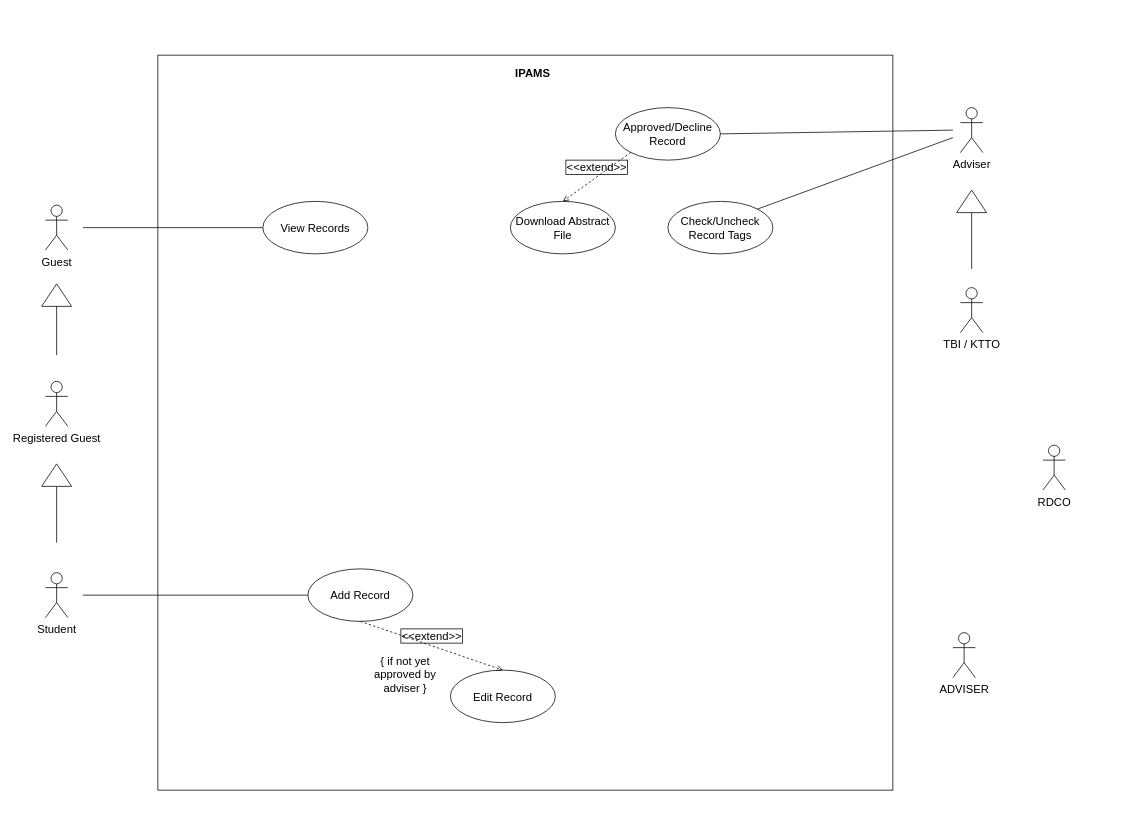
Above: Untitled Diagram.drawio in leam123/Diagrams (draw.io), before the change. Source tidied: cells renumbered, new cells numbered last; positions are measured from the earlier drawing's top-left corner, leaving out a move shared by most shapes. Both pictures are drawn from the tidied source at 75%, with x=0, y=0 at pixel (45, 55).
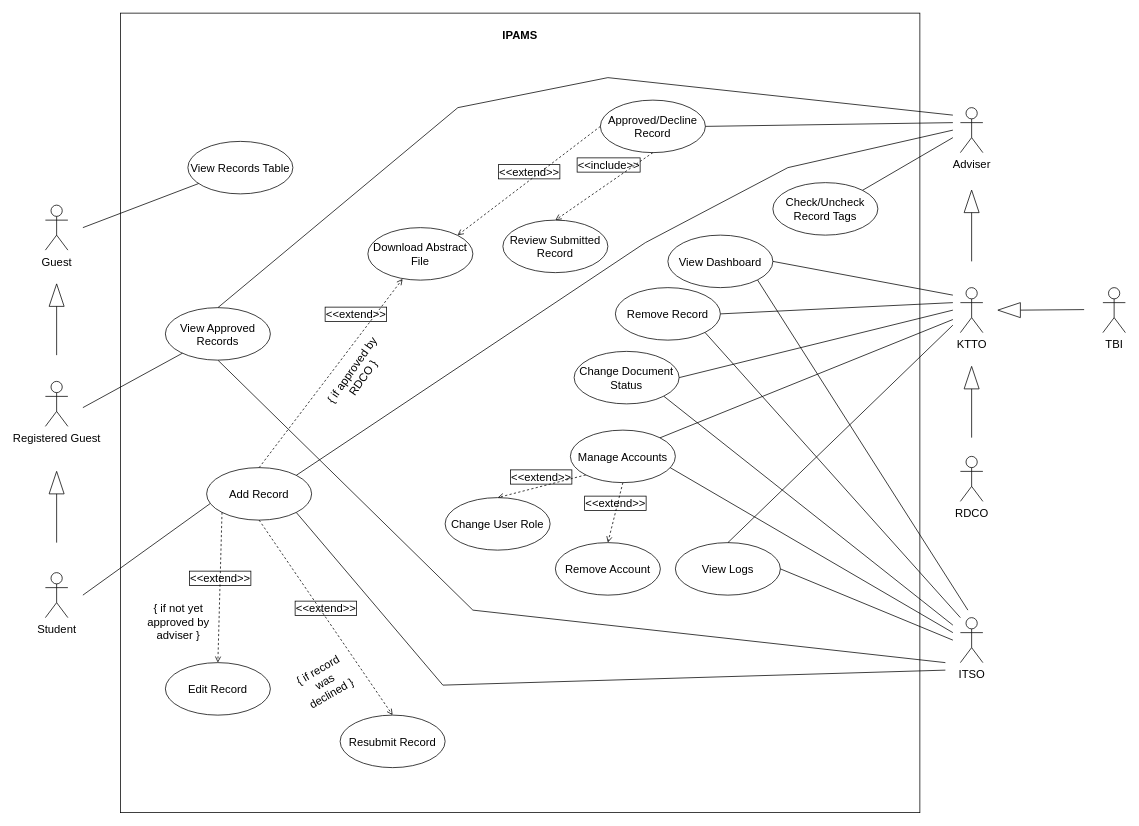
The same page after the edit.

Change to the diagram source:
```diff
@@
     <mxCell id="2" style="whiteSpace=wrap;html=1;" parent="1" vertex="1">
-      <mxGeometry x="150" width="980" height="980" as="geometry" />
+      <mxGeometry x="100" y="-56" width="1066" height="1066" as="geometry" />
     </mxCell>
@@
     <mxCell id="4" value="IPAMS" style="text;align=center;fontStyle=1;verticalAlign=middle;spacingLeft=3;spacingRight=3;strokeColor=none;fontSize=15;" parent="1" vertex="1">
-      <mxGeometry x="610" y="10" width="80" height="26" as="geometry" />
+      <mxGeometry x="593" y="-40" width="80" height="26" as="geometry" />
     </mxCell>
@@
-    <mxCell id="7" value="TBI / KTTO" style="shape=umlActor;verticalLabelPosition=bottom;verticalAlign=top;html=1;fontSize=15;" parent="1" vertex="1">
+    <mxCell id="7" value="KTTO" style="shape=umlActor;verticalLabelPosition=bottom;verticalAlign=top;html=1;fontSize=15;" parent="1" vertex="1">
       <mxGeometry x="1220" y="310" width="30" height="60" as="geometry" />
     </mxCell>
     <mxCell id="8" value="RDCO" style="shape=umlActor;verticalLabelPosition=bottom;verticalAlign=top;html=1;fontSize=15;" parent="1" vertex="1">
-      <mxGeometry x="1330" y="520" width="30" height="60" as="geometry" />
+      <mxGeometry x="1220" y="535" width="30" height="60" as="geometry" />
     </mxCell>
-    <mxCell id="9" value="ADVISER" style="shape=umlActor;verticalLabelPosition=bottom;verticalAlign=top;html=1;fontSize=15;" parent="1" vertex="1">
-      <mxGeometry x="1210" y="770" width="30" height="60" as="geometry" />
-    </mxCell>
@@
-    <mxCell id="11" style="endArrow=none;html=1;rounded=0;" parent="1" edge="1">
-      <mxGeometry relative="1" as="geometry">
-        <mxPoint x="50" y="230" as="sourcePoint" />
-        <mxPoint x="290" y="230" as="targetPoint" />
-      </mxGeometry>
-    </mxCell>
-    <mxCell id="12" value="&lt;font style=&quot;font-size: 15px&quot;&gt;View Records&lt;/font&gt;" style="ellipse;whiteSpace=wrap;html=1;" parent="1" vertex="1">
-      <mxGeometry x="290" y="195" width="140" height="70" as="geometry" />
-    </mxCell>
-    <mxCell id="13" style="endArrow=none;html=1;rounded=0;entryX=0;entryY=0.5;entryDx=0;entryDy=0;" parent="1" edge="1" target="14">
+    <mxCell id="13" style="endArrow=none;html=1;rounded=0;entryX=0.033;entryY=0.686;entryDx=0;entryDy=0;entryPerimeter=0;" parent="1" edge="1" target="14">
       <mxGeometry relative="1" as="geometry">
         <mxPoint x="50" y="720" as="sourcePoint" />
       </mxGeometry>
     </mxCell>
     <mxCell id="14" value="&lt;font style=&quot;font-size: 15px&quot;&gt;Add Record&lt;/font&gt;" style="ellipse;whiteSpace=wrap;html=1;" parent="1" vertex="1">
-      <mxGeometry x="350" y="685" width="140" height="70" as="geometry" />
+      <mxGeometry x="215" y="550" width="140" height="70" as="geometry" />
     </mxCell>
-    <mxCell id="15" style="endArrow=none;html=1;rounded=0;labelBorderColor=default;fontSize=15;entryX=0;entryY=0.5;entryDx=0;entryDy=0;" parent="1" edge="1" target="16">
-      <mxGeometry relative="1" as="geometry">
-        <mxPoint x="15" y="650" as="sourcePoint" />
-      </mxGeometry>
-    </mxCell>
-    <mxCell id="16" style="triangle;whiteSpace=wrap;html=1;fontSize=15;rotation=-90;" parent="1" vertex="1">
-      <mxGeometry y="540" width="30" height="40" as="geometry" />
-    </mxCell>
     <mxCell id="17" style="triangle;whiteSpace=wrap;html=1;fontSize=15;rotation=-90;" parent="1" vertex="1">
-      <mxGeometry y="300" width="30" height="40" as="geometry" />
+      <mxGeometry y="310" width="30" height="20" as="geometry" />
     </mxCell>
@@
-    <mxCell id="19" style="endArrow=none;html=1;rounded=0;labelBorderColor=default;fontSize=15;entryX=0;entryY=0.5;entryDx=0;entryDy=0;" parent="1" edge="1" target="20">
-      <mxGeometry relative="1" as="geometry">
-        <mxPoint x="1235" y="285" as="sourcePoint" />
-      </mxGeometry>
-    </mxCell>
-    <mxCell id="20" style="triangle;whiteSpace=wrap;html=1;fontSize=15;rotation=-90;" parent="1" vertex="1">
-      <mxGeometry x="1220" y="175" width="30" height="40" as="geometry" />
-    </mxCell>
     <mxCell id="21" value="&lt;font style=&quot;font-size: 15px&quot;&gt;Approved/Decline Record&lt;/font&gt;" style="ellipse;whiteSpace=wrap;html=1;" parent="1" vertex="1">
-      <mxGeometry x="760" y="70" width="140" height="70" as="geometry" />
+      <mxGeometry x="740" y="60" width="140" height="70" as="geometry" />
     </mxCell>
     <mxCell id="22" style="endArrow=none;html=1;rounded=0;labelBorderColor=default;fontSize=15;exitX=1;exitY=0.5;exitDx=0;exitDy=0;" parent="1" edge="1" source="21">
       <mxGeometry relative="1" as="geometry">
-        <mxPoint x="1210" y="100" as="targetPoint" />
+        <mxPoint x="1210" y="90" as="targetPoint" />
       </mxGeometry>
     </mxCell>
     <mxCell id="23" value="&lt;font style=&quot;font-size: 15px&quot;&gt;Download Abstract File&lt;/font&gt;" style="ellipse;whiteSpace=wrap;html=1;" parent="1" vertex="1">
-      <mxGeometry x="620" y="195" width="140" height="70" as="geometry" />
+      <mxGeometry x="430" y="230" width="140" height="70" as="geometry" />
     </mxCell>
-    <mxCell id="24" value="&amp;lt;&amp;lt;extend&amp;gt;&amp;gt;" style="html=1;verticalAlign=bottom;labelBackgroundColor=none;endArrow=open;endFill=0;dashed=1;rounded=0;labelBorderColor=default;fontSize=15;exitX=0;exitY=1;exitDx=0;exitDy=0;entryX=0.5;entryY=0;entryDx=0;entryDy=0;" parent="1" edge="1" source="21" target="23">
+    <mxCell id="24" value="&amp;lt;&amp;lt;extend&amp;gt;&amp;gt;" style="html=1;verticalAlign=bottom;labelBackgroundColor=none;endArrow=open;endFill=0;dashed=1;rounded=0;labelBorderColor=default;fontSize=15;exitX=0;exitY=0.5;exitDx=0;exitDy=0;entryX=1;entryY=0;entryDx=0;entryDy=0;" parent="1" edge="1" source="21" target="23">
       <mxGeometry relative="1" as="geometry" />
     </mxCell>
     <mxCell id="25" value="&lt;span style=&quot;font-size: 15px&quot;&gt;Check/Uncheck Record Tags&lt;/span&gt;" style="ellipse;whiteSpace=wrap;html=1;" parent="1" vertex="1">
-      <mxGeometry x="830" y="195" width="140" height="70" as="geometry" />
+      <mxGeometry x="970" y="170" width="140" height="70" as="geometry" />
     </mxCell>
@@
     <mxCell id="27" value="&lt;font style=&quot;font-size: 15px&quot;&gt;Edit Record&lt;/font&gt;" style="ellipse;whiteSpace=wrap;html=1;" parent="1" vertex="1">
-      <mxGeometry x="540" y="820" width="140" height="70" as="geometry" />
+      <mxGeometry x="160" y="810" width="140" height="70" as="geometry" />
     </mxCell>
-    <mxCell id="28" value="&amp;lt;&amp;lt;extend&amp;gt;&amp;gt;" style="html=1;verticalAlign=bottom;labelBackgroundColor=none;endArrow=open;endFill=0;dashed=1;rounded=0;labelBorderColor=default;fontSize=15;exitX=0.5;exitY=1;exitDx=0;exitDy=0;entryX=0.5;entryY=0;entryDx=0;entryDy=0;" parent="1" edge="1" source="14" target="27">
+    <mxCell id="28" value="&amp;lt;&amp;lt;extend&amp;gt;&amp;gt;" style="html=1;verticalAlign=bottom;labelBackgroundColor=none;endArrow=open;endFill=0;dashed=1;rounded=0;labelBorderColor=default;fontSize=15;exitX=0;exitY=1;exitDx=0;exitDy=0;entryX=0.5;entryY=0;entryDx=0;entryDy=0;" parent="1" edge="1" source="14" target="27">
       <mxGeometry relative="1" as="geometry" />
     </mxCell>
     <mxCell id="29" value="{ if not yet approved by adviser }" style="text;html=1;strokeColor=none;fillColor=none;align=center;verticalAlign=middle;whiteSpace=wrap;rounded=0;fontSize=15;" parent="1" vertex="1">
-      <mxGeometry x="420" y="780" width="120" height="90" as="geometry" />
+      <mxGeometry x="120" y="710" width="115" height="90" as="geometry" />
     </mxCell>
+    <mxCell id="30" value="&amp;lt;&amp;lt;extend&amp;gt;&amp;gt;" style="html=1;verticalAlign=bottom;labelBackgroundColor=none;endArrow=open;endFill=0;dashed=1;rounded=0;labelBorderColor=default;fontSize=15;exitX=0.5;exitY=0;exitDx=0;exitDy=0;entryX=0.331;entryY=0.976;entryDx=0;entryDy=0;entryPerimeter=0;" parent="1" edge="1" source="14" target="23">
+      <mxGeometry x="0.46" y="13" relative="1" as="geometry" />
+    </mxCell>
+    <mxCell id="31" value="{ if approved by RDCO }" style="text;html=1;strokeColor=none;fillColor=none;align=center;verticalAlign=middle;whiteSpace=wrap;rounded=0;fontSize=15;rotation=-55;" parent="1" vertex="1">
+      <mxGeometry x="340" y="380" width="151.8" height="90" as="geometry" />
+    </mxCell>
+    <mxCell id="32" value="&amp;lt;&amp;lt;include&amp;gt;&amp;gt;" style="html=1;verticalAlign=bottom;labelBackgroundColor=none;endArrow=open;endFill=0;dashed=1;rounded=0;labelBorderColor=default;fontSize=15;entryX=0.5;entryY=0;entryDx=0;entryDy=0;exitX=0.5;exitY=1;exitDx=0;exitDy=0;" parent="1" edge="1" source="21" target="33">
+      <mxGeometry x="-0.16" y="-9" relative="1" as="geometry">
+        <mxPoint y="-1" as="offset" />
+      </mxGeometry>
+    </mxCell>
+    <mxCell id="33" value="&lt;font style=&quot;font-size: 15px&quot;&gt;Review Submitted Record&lt;/font&gt;" style="ellipse;whiteSpace=wrap;html=1;" parent="1" vertex="1">
+      <mxGeometry x="610" y="220" width="140" height="70" as="geometry" />
+    </mxCell>
+    <mxCell id="34" value="View Dashboard" style="ellipse;whiteSpace=wrap;html=1;fontSize=15;" parent="1" vertex="1">
+      <mxGeometry x="830" y="240" width="140" height="70" as="geometry" />
+    </mxCell>
+    <mxCell id="35" style="endArrow=none;html=1;rounded=0;labelBorderColor=default;fontSize=15;exitX=1;exitY=0.5;exitDx=0;exitDy=0;" parent="1" edge="1" source="34">
+      <mxGeometry relative="1" as="geometry">
+        <mxPoint x="1210" y="320" as="targetPoint" />
+      </mxGeometry>
+    </mxCell>
+    <mxCell id="36" style="endArrow=none;html=1;rounded=0;labelBorderColor=default;fontSize=15;exitX=1;exitY=0.5;exitDx=0;exitDy=0;" parent="1" edge="1" source="37">
+      <mxGeometry relative="1" as="geometry">
+        <mxPoint x="1210" y="330" as="targetPoint" />
+      </mxGeometry>
+    </mxCell>
+    <mxCell id="37" value="&lt;font style=&quot;font-size: 15px&quot;&gt;Remove Record&lt;/font&gt;" style="ellipse;whiteSpace=wrap;html=1;" parent="1" vertex="1">
+      <mxGeometry x="760" y="310" width="140" height="70" as="geometry" />
+    </mxCell>
+    <mxCell id="38" style="endArrow=none;html=1;rounded=0;labelBorderColor=default;fontSize=15;exitX=1;exitY=0.5;exitDx=0;exitDy=0;" parent="1" edge="1" source="39">
+      <mxGeometry relative="1" as="geometry">
+        <mxPoint x="1210" y="340" as="targetPoint" />
+      </mxGeometry>
+    </mxCell>
+    <mxCell id="39" value="&lt;font style=&quot;font-size: 15px&quot;&gt;Change Document Status&lt;/font&gt;" style="ellipse;whiteSpace=wrap;html=1;" parent="1" vertex="1">
+      <mxGeometry x="705" y="395" width="140" height="70" as="geometry" />
+    </mxCell>
+    <mxCell id="40" value="&lt;span style=&quot;font-size: 15px&quot;&gt;Manage Accounts&lt;/span&gt;" style="ellipse;whiteSpace=wrap;html=1;" parent="1" vertex="1">
+      <mxGeometry x="700" y="500" width="140" height="70" as="geometry" />
+    </mxCell>
+    <mxCell id="41" style="endArrow=none;html=1;rounded=0;labelBorderColor=default;fontSize=15;exitX=1;exitY=0;exitDx=0;exitDy=0;" parent="1" edge="1" source="40">
+      <mxGeometry relative="1" as="geometry">
+        <mxPoint x="1210" y="352.5" as="targetPoint" />
+      </mxGeometry>
+    </mxCell>
+    <mxCell id="42" value="&amp;lt;&amp;lt;extend&amp;gt;&amp;gt;" style="html=1;verticalAlign=bottom;labelBackgroundColor=none;endArrow=open;endFill=0;dashed=1;rounded=0;labelBorderColor=default;fontSize=15;entryX=0.5;entryY=0;entryDx=0;entryDy=0;exitX=0;exitY=1;exitDx=0;exitDy=0;" parent="1" edge="1" source="40" target="43">
+      <mxGeometry relative="1" as="geometry" />
+    </mxCell>
+    <mxCell id="43" value="&lt;font style=&quot;font-size: 15px&quot;&gt;Change User Role&lt;/font&gt;" style="ellipse;whiteSpace=wrap;html=1;" parent="1" vertex="1">
+      <mxGeometry x="533" y="590" width="140" height="70" as="geometry" />
+    </mxCell>
+    <mxCell id="44" value="&amp;lt;&amp;lt;extend&amp;gt;&amp;gt;" style="html=1;verticalAlign=bottom;labelBackgroundColor=none;endArrow=open;endFill=0;dashed=1;rounded=0;labelBorderColor=default;fontSize=15;entryX=0.5;entryY=0;entryDx=0;entryDy=0;exitX=0.5;exitY=1;exitDx=0;exitDy=0;" parent="1" edge="1" source="40" target="45">
+      <mxGeometry relative="1" as="geometry" />
+    </mxCell>
+    <mxCell id="45" value="&lt;font style=&quot;font-size: 15px&quot;&gt;Remove Account&lt;/font&gt;" style="ellipse;whiteSpace=wrap;html=1;" parent="1" vertex="1">
+      <mxGeometry x="680" y="650" width="140" height="70" as="geometry" />
+    </mxCell>
+    <mxCell id="46" value="&lt;span style=&quot;font-size: 15px&quot;&gt;View Logs&lt;/span&gt;" style="ellipse;whiteSpace=wrap;html=1;" parent="1" vertex="1">
+      <mxGeometry x="840" y="650" width="140" height="70" as="geometry" />
+    </mxCell>
+    <mxCell id="47" style="endArrow=none;html=1;rounded=0;labelBorderColor=default;fontSize=15;exitX=0.5;exitY=0;exitDx=0;exitDy=0;" parent="1" edge="1" source="46">
+      <mxGeometry relative="1" as="geometry">
+        <mxPoint x="1210" y="360" as="targetPoint" />
+      </mxGeometry>
+    </mxCell>
+    <mxCell id="48" style="triangle;whiteSpace=wrap;html=1;fontSize=15;rotation=-90;" parent="1" vertex="1">
+      <mxGeometry y="560" width="30" height="20" as="geometry" />
+    </mxCell>
+    <mxCell id="49" style="endArrow=none;html=1;rounded=0;labelBorderColor=default;fontSize=15;entryX=0;entryY=0.5;entryDx=0;entryDy=0;" parent="1" edge="1" target="48">
+      <mxGeometry relative="1" as="geometry">
+        <mxPoint x="15" y="650" as="sourcePoint" />
+      </mxGeometry>
+    </mxCell>
+    <mxCell id="50" style="triangle;whiteSpace=wrap;html=1;fontSize=15;rotation=-90;" parent="1" vertex="1">
+      <mxGeometry x="1220" y="185" width="30" height="20" as="geometry" />
+    </mxCell>
+    <mxCell id="51" style="endArrow=none;html=1;rounded=0;labelBorderColor=default;fontSize=15;entryX=0;entryY=0.5;entryDx=0;entryDy=0;" parent="1" edge="1" target="50">
+      <mxGeometry relative="1" as="geometry">
+        <mxPoint x="1235" y="275" as="sourcePoint" />
+      </mxGeometry>
+    </mxCell>
+    <mxCell id="52" style="triangle;whiteSpace=wrap;html=1;fontSize=15;rotation=-90;" parent="1" vertex="1">
+      <mxGeometry x="1220" y="420" width="30" height="20" as="geometry" />
+    </mxCell>
+    <mxCell id="53" style="endArrow=none;html=1;rounded=0;labelBorderColor=default;fontSize=15;entryX=0;entryY=0.5;entryDx=0;entryDy=0;" parent="1" edge="1" target="52">
+      <mxGeometry relative="1" as="geometry">
+        <mxPoint x="1235" y="510" as="sourcePoint" />
+      </mxGeometry>
+    </mxCell>
+    <mxCell id="54" value="TBI" style="shape=umlActor;verticalLabelPosition=bottom;verticalAlign=top;html=1;fontSize=15;" parent="1" vertex="1">
+      <mxGeometry x="1410" y="310" width="30" height="60" as="geometry" />
+    </mxCell>
+    <mxCell id="55" style="endArrow=none;html=1;rounded=0;labelBorderColor=default;fontSize=15;exitX=0;exitY=0.5;exitDx=0;exitDy=0;" parent="1" edge="1" source="56">
+      <mxGeometry relative="1" as="geometry">
+        <mxPoint x="1385" y="339.3" as="targetPoint" />
+      </mxGeometry>
+    </mxCell>
+    <mxCell id="56" style="triangle;whiteSpace=wrap;html=1;fontSize=15;rotation=-180;" parent="1" vertex="1">
+      <mxGeometry x="1270" y="330" width="30" height="20" as="geometry" />
+    </mxCell>
+    <mxCell id="57" style="endArrow=none;html=1;rounded=0;labelBorderColor=default;fontSize=15;exitX=1;exitY=0;exitDx=0;exitDy=0;" parent="1" edge="1" source="14">
+      <mxGeometry relative="1" as="geometry">
+        <mxPoint x="1210" y="100" as="targetPoint" />
+        <Array as="points">
+          <mxPoint x="800" y="250" />
+          <mxPoint x="990" y="150" />
+        </Array>
+      </mxGeometry>
+    </mxCell>
+    <mxCell id="58" style="endArrow=none;html=1;rounded=0;exitX=0.5;exitY=0;exitDx=0;exitDy=0;" parent="1" edge="1" source="71">
+      <mxGeometry relative="1" as="geometry">
+        <mxPoint x="1210" y="80" as="targetPoint" />
+        <Array as="points">
+          <mxPoint x="550" y="70" />
+          <mxPoint x="750" y="30" />
+        </Array>
+      </mxGeometry>
+    </mxCell>
+    <mxCell id="59" value="ITSO" style="shape=umlActor;verticalLabelPosition=bottom;verticalAlign=top;html=1;fontSize=15;" parent="1" vertex="1">
+      <mxGeometry x="1220" y="750" width="30" height="60" as="geometry" />
+    </mxCell>
+    <mxCell id="60" style="endArrow=none;html=1;rounded=0;labelBorderColor=default;fontSize=15;exitX=1;exitY=0.5;exitDx=0;exitDy=0;" parent="1" edge="1" source="46">
+      <mxGeometry relative="1" as="geometry">
+        <mxPoint x="1210" y="780" as="targetPoint" />
+      </mxGeometry>
+    </mxCell>
+    <mxCell id="61" style="endArrow=none;html=1;rounded=0;labelBorderColor=default;fontSize=15;exitX=0.95;exitY=0.714;exitDx=0;exitDy=0;exitPerimeter=0;" parent="1" edge="1" source="40">
+      <mxGeometry relative="1" as="geometry">
+        <mxPoint x="1210" y="770" as="targetPoint" />
+      </mxGeometry>
+    </mxCell>
+    <mxCell id="62" style="endArrow=none;html=1;rounded=0;labelBorderColor=default;fontSize=15;exitX=1;exitY=1;exitDx=0;exitDy=0;" parent="1" edge="1" source="39">
+      <mxGeometry relative="1" as="geometry">
+        <mxPoint x="1210" y="760" as="targetPoint" />
+      </mxGeometry>
+    </mxCell>
+    <mxCell id="63" style="endArrow=none;html=1;rounded=0;labelBorderColor=default;fontSize=15;exitX=1;exitY=1;exitDx=0;exitDy=0;" parent="1" edge="1" source="37">
+      <mxGeometry relative="1" as="geometry">
+        <mxPoint x="1220" y="750" as="targetPoint" />
+      </mxGeometry>
+    </mxCell>
+    <mxCell id="64" style="endArrow=none;html=1;rounded=0;labelBorderColor=default;fontSize=15;exitX=1;exitY=1;exitDx=0;exitDy=0;" parent="1" edge="1" source="34">
+      <mxGeometry relative="1" as="geometry">
+        <mxPoint x="1230" y="740" as="targetPoint" />
+      </mxGeometry>
+    </mxCell>
+    <mxCell id="65" style="endArrow=none;html=1;rounded=0;labelBorderColor=default;fontSize=15;exitX=1;exitY=1;exitDx=0;exitDy=0;" parent="1" edge="1" source="14">
+      <mxGeometry relative="1" as="geometry">
+        <mxPoint x="1200" y="820" as="targetPoint" />
+        <Array as="points">
+          <mxPoint x="530" y="840" />
+        </Array>
+      </mxGeometry>
+    </mxCell>
+    <mxCell id="66" style="endArrow=none;html=1;rounded=0;labelBorderColor=default;fontSize=15;exitX=0.5;exitY=1;exitDx=0;exitDy=0;" parent="1" edge="1" source="71">
+      <mxGeometry relative="1" as="geometry">
+        <mxPoint x="1200" y="810" as="targetPoint" />
+        <Array as="points">
+          <mxPoint x="570" y="740" />
+        </Array>
+      </mxGeometry>
+    </mxCell>
+    <mxCell id="12" value="&lt;font style=&quot;font-size: 15px&quot;&gt;View Records Table&lt;/font&gt;" style="ellipse;whiteSpace=wrap;html=1;" parent="1" vertex="1">
+      <mxGeometry x="190" y="115" width="140" height="70" as="geometry" />
+    </mxCell>
+    <mxCell id="67" style="endArrow=none;html=1;rounded=0;" parent="1" edge="1" target="12">
+      <mxGeometry relative="1" as="geometry">
+        <mxPoint x="50" y="230" as="sourcePoint" />
+      </mxGeometry>
+    </mxCell>
+    <mxCell id="68" value="&lt;font style=&quot;font-size: 15px&quot;&gt;Resubmit Record&lt;/font&gt;" style="ellipse;whiteSpace=wrap;html=1;" parent="1" vertex="1">
+      <mxGeometry x="393" y="880" width="140" height="70" as="geometry" />
+    </mxCell>
+    <mxCell id="69" value="&amp;lt;&amp;lt;extend&amp;gt;&amp;gt;" style="html=1;verticalAlign=bottom;labelBackgroundColor=none;endArrow=open;endFill=0;dashed=1;rounded=0;labelBorderColor=default;fontSize=15;exitX=0.5;exitY=1;exitDx=0;exitDy=0;entryX=0.5;entryY=0;entryDx=0;entryDy=0;" parent="1" edge="1" source="14" target="68">
+      <mxGeometry relative="1" as="geometry" />
+    </mxCell>
+    <mxCell id="70" value="{ if record was declined }" style="text;html=1;strokeColor=none;fillColor=none;align=center;verticalAlign=middle;whiteSpace=wrap;rounded=0;fontSize=15;rotation=-30;" parent="1" vertex="1">
+      <mxGeometry x="330" y="780" width="85" height="110" as="geometry" />
+    </mxCell>
+    <mxCell id="71" value="&lt;font style=&quot;font-size: 15px&quot;&gt;View Approved Records&lt;/font&gt;" style="ellipse;whiteSpace=wrap;html=1;" parent="1" vertex="1">
+      <mxGeometry x="160" y="336.7" width="140" height="70" as="geometry" />
+    </mxCell>
+    <mxCell id="72" style="endArrow=none;html=1;rounded=0;" parent="1" edge="1" target="71">
+      <mxGeometry relative="1" as="geometry">
+        <mxPoint x="50" y="470" as="sourcePoint" />
+      </mxGeometry>
+    </mxCell>
```
